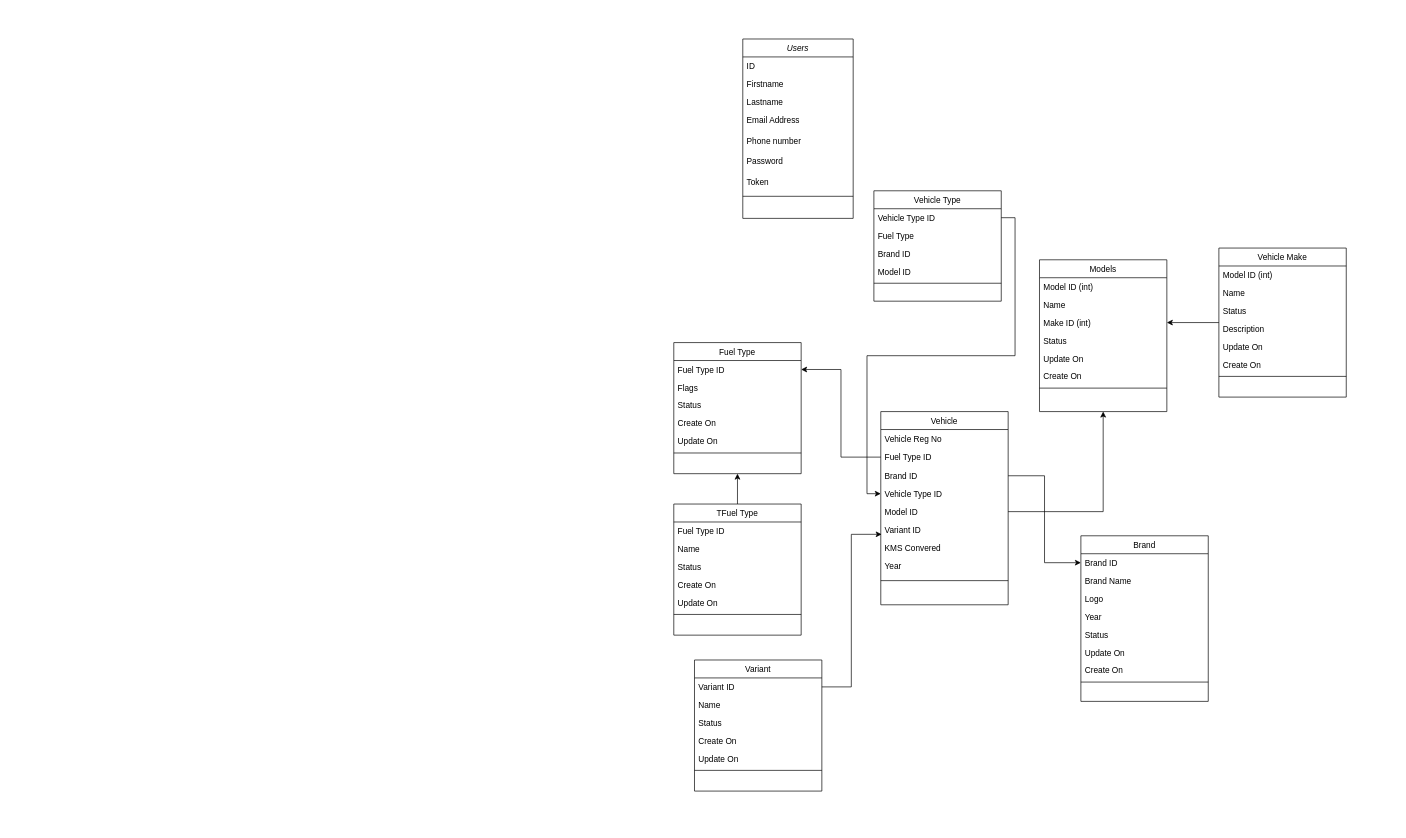
The draw.io diagram Garage Diagram.drawio in panhaoeun/amp.dev, before the edit. Source tidied: cells renumbered, new cells numbered last; positions are measured from the earlier drawing's top-left corner, leaving out a move shared by most shapes. Both pictures are drawn from the tidied source at 69%, with x=0, y=0 at pixel (673, 39).
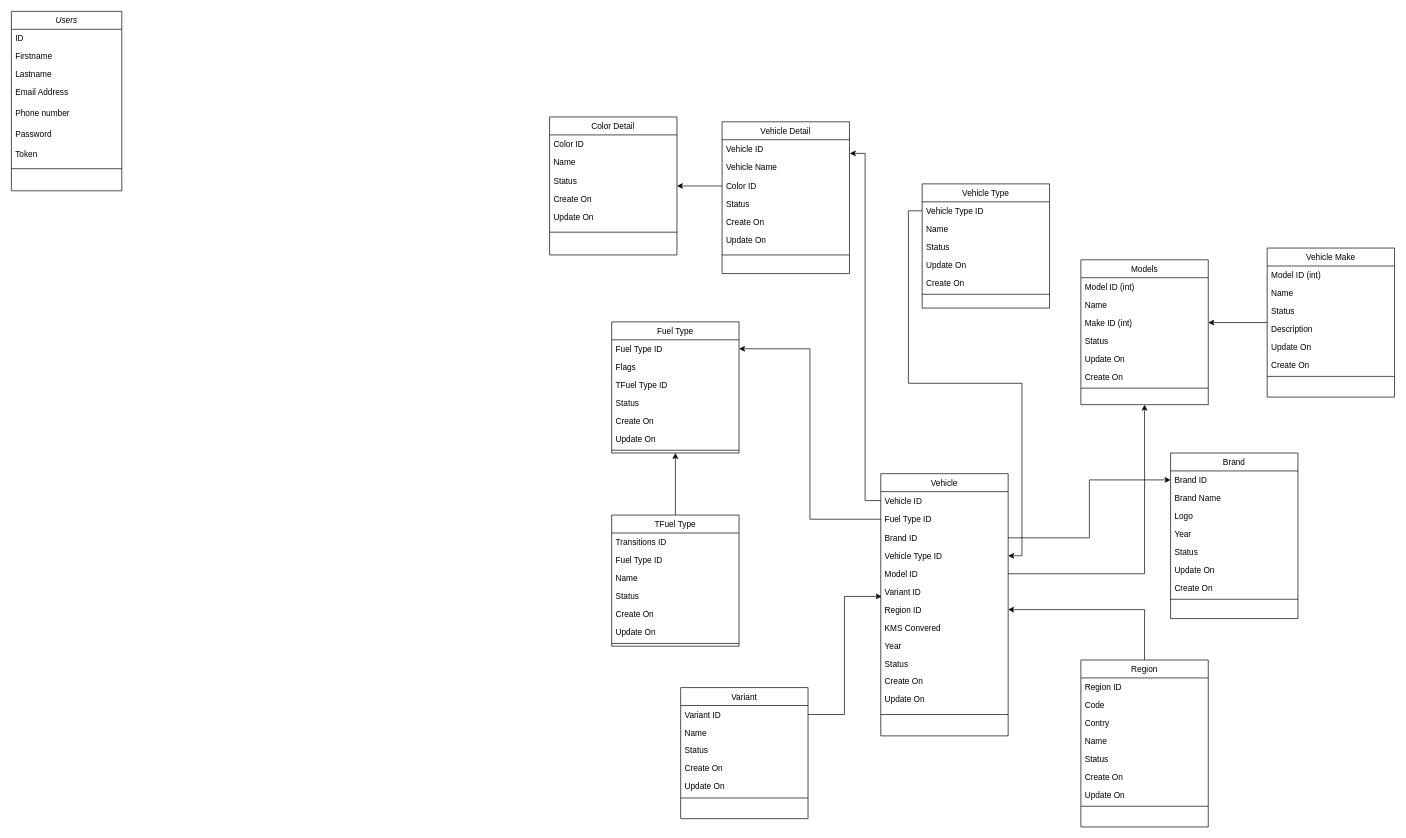
Above is the later version.

Change to the diagram source:
```diff
@@
     <mxCell id="2" value="Users" style="swimlane;fontStyle=2;align=center;verticalAlign=top;horizontal=1;startSize=26;rounded=0;shadow=0;strokeWidth=1;" parent="1" vertex="1">
-      <mxGeometry x="100" width="160" height="260" as="geometry" />
+      <mxGeometry x="-960" y="-40" width="160" height="260" as="geometry" />
     </mxCell>
@@
+    <mxCell id="80" style="edgeStyle=orthogonalEdgeStyle;rounded=0;jettySize=auto;html=1;entryX=1.003;entryY=0.761;entryDx=0;entryDy=0;entryPerimeter=0;" parent="1" edge="1" source="13" target="90">
+      <mxGeometry relative="1" as="geometry" />
+    </mxCell>
     <mxCell id="12" value="Vehicle" style="swimlane;fontStyle=0;align=center;verticalAlign=top;horizontal=1;startSize=26;rounded=0;shadow=0;strokeWidth=1;" parent="1" vertex="1">
-      <mxGeometry x="300" y="540" width="184.6" height="280" as="geometry" />
+      <mxGeometry x="300" y="630" width="184.6" height="380" as="geometry" />
     </mxCell>
-    <mxCell id="13" value="Vehicle Reg No" style="text;align=left;verticalAlign=top;spacingLeft=4;spacingRight=4;overflow=hidden;points=[[0,0.5],[1,0.5]];portConstraint=eastwest;" parent="12" vertex="1">
+    <mxCell id="13" value="Vehicle ID" style="text;align=left;verticalAlign=top;spacingLeft=4;spacingRight=4;overflow=hidden;points=[[0,0.5],[1,0.5]];portConstraint=eastwest;" parent="12" vertex="1">
       <mxGeometry y="26" width="184.6" height="26" as="geometry" />
     </mxCell>
@@
-    <mxCell id="19" value="KMS Convered" style="text;align=left;verticalAlign=top;spacingLeft=4;spacingRight=4;overflow=hidden;points=[[0,0.5],[1,0.5]];portConstraint=eastwest;rounded=0;shadow=0;html=0;" parent="12" vertex="1">
+    <mxCell id="19" value="Region ID" style="text;align=left;verticalAlign=top;spacingLeft=4;spacingRight=4;overflow=hidden;points=[[0,0.5],[1,0.5]];portConstraint=eastwest;rounded=0;shadow=0;html=0;" parent="12" vertex="1">
       <mxGeometry y="184" width="184.6" height="26" as="geometry" />
     </mxCell>
+    <mxCell id="81" value="KMS Convered" style="text;align=left;verticalAlign=top;spacingLeft=4;spacingRight=4;overflow=hidden;rounded=0;shadow=0;html=0;" parent="12" vertex="1">
+      <mxGeometry y="210" width="184.6" height="26" as="geometry" />
+    </mxCell>
     <mxCell id="20" value="Year" style="text;align=left;verticalAlign=top;spacingLeft=4;spacingRight=4;overflow=hidden;rounded=0;shadow=0;html=0;" parent="12" vertex="1">
-      <mxGeometry y="210" width="184.6" height="26" as="geometry" />
+      <mxGeometry y="236" width="184.6" height="26" as="geometry" />
     </mxCell>
+    <mxCell id="82" value="Status" style="text;align=left;verticalAlign=top;spacingLeft=4;spacingRight=4;overflow=hidden;rounded=0;shadow=0;html=0;" parent="12" vertex="1">
+      <mxGeometry y="262" width="184.6" height="26" as="geometry" />
+    </mxCell>
+    <mxCell id="83" value="Create On" style="text;align=left;verticalAlign=top;spacingLeft=4;spacingRight=4;overflow=hidden;rounded=0;shadow=0;html=0;" parent="12" vertex="1">
+      <mxGeometry y="288" width="184.6" height="26" as="geometry" />
+    </mxCell>
+    <mxCell id="84" value="Update On" style="text;align=left;verticalAlign=top;spacingLeft=4;spacingRight=4;overflow=hidden;rounded=0;shadow=0;html=0;" parent="12" vertex="1">
+      <mxGeometry y="314" width="184.6" height="26" as="geometry" />
+    </mxCell>
     <mxCell id="21" style="line;html=1;strokeWidth=1;align=left;verticalAlign=middle;spacingTop=-1;spacingLeft=3;spacingRight=3;labelPosition=right;" parent="12" vertex="1">
-      <mxGeometry y="236" width="184.6" height="18" as="geometry" />
+      <mxGeometry y="340" width="184.6" height="18" as="geometry" />
     </mxCell>
     <mxCell id="22" value="Brand" style="swimlane;fontStyle=0;align=center;verticalAlign=top;horizontal=1;startSize=26;rounded=0;shadow=0;strokeWidth=1;" parent="1" vertex="1">
-      <mxGeometry x="590" y="720" width="184.6" height="240" as="geometry" />
+      <mxGeometry x="720" y="600" width="184.6" height="240" as="geometry" />
     </mxCell>
@@
     <mxCell id="31" value="Vehicle Type" style="swimlane;fontStyle=0;align=center;verticalAlign=top;horizontal=1;startSize=26;rounded=0;shadow=0;strokeWidth=1;" parent="1" vertex="1">
-      <mxGeometry x="290" y="220" width="184.6" height="160" as="geometry" />
+      <mxGeometry x="360" y="210" width="184.6" height="180" as="geometry" />
     </mxCell>
@@
-    <mxCell id="33" value="Fuel Type" style="text;align=left;verticalAlign=top;spacingLeft=4;spacingRight=4;overflow=hidden;rounded=0;shadow=0;html=0;" parent="31" vertex="1">
+    <mxCell id="33" value="Name" style="text;align=left;verticalAlign=top;spacingLeft=4;spacingRight=4;overflow=hidden;rounded=0;shadow=0;html=0;" parent="31" vertex="1">
       <mxGeometry y="52" width="184.6" height="26" as="geometry" />
     </mxCell>
-    <mxCell id="34" value="Brand ID" style="text;align=left;verticalAlign=top;spacingLeft=4;spacingRight=4;overflow=hidden;rounded=0;shadow=0;html=0;" parent="31" vertex="1">
+    <mxCell id="34" value="Status" style="text;align=left;verticalAlign=top;spacingLeft=4;spacingRight=4;overflow=hidden;rounded=0;shadow=0;html=0;" parent="31" vertex="1">
       <mxGeometry y="78" width="184.6" height="26" as="geometry" />
     </mxCell>
+    <mxCell id="85" value="Update On" style="text;align=left;verticalAlign=top;spacingLeft=4;spacingRight=4;overflow=hidden;rounded=0;shadow=0;html=0;" parent="31" vertex="1">
+      <mxGeometry y="104" width="184.6" height="26" as="geometry" />
+    </mxCell>
-    <mxCell id="35" value="Model ID" style="text;align=left;verticalAlign=top;spacingLeft=4;spacingRight=4;overflow=hidden;rounded=0;shadow=0;html=0;" parent="31" vertex="1">
-      <mxGeometry y="104" width="184.6" height="26" as="geometry" />
+    <mxCell id="35" value="Create On" style="text;align=left;verticalAlign=top;spacingLeft=4;spacingRight=4;overflow=hidden;rounded=0;shadow=0;html=0;" parent="31" vertex="1">
+      <mxGeometry y="130" width="184.6" height="26" as="geometry" />
     </mxCell>
     <mxCell id="36" style="line;html=1;strokeWidth=1;align=left;verticalAlign=middle;spacingTop=-1;spacingLeft=3;spacingRight=3;labelPosition=right;" parent="31" vertex="1">
-      <mxGeometry y="130" width="184.6" height="8" as="geometry" />
+      <mxGeometry y="156" width="184.6" height="8" as="geometry" />
     </mxCell>
     <mxCell id="37" value="Models" style="swimlane;fontStyle=0;align=center;verticalAlign=top;horizontal=1;startSize=26;rounded=0;shadow=0;strokeWidth=1;" parent="1" vertex="1">
-      <mxGeometry x="530" y="320" width="184.6" height="220" as="geometry" />
+      <mxGeometry x="590" y="320" width="184.6" height="210" as="geometry" />
     </mxCell>
@@
     <mxCell id="46" value="Vehicle Make" style="swimlane;fontStyle=0;align=center;verticalAlign=top;horizontal=1;startSize=26;rounded=0;shadow=0;strokeWidth=1;" parent="1" vertex="1">
-      <mxGeometry x="790" y="303" width="184.6" height="216" as="geometry" />
+      <mxGeometry x="860" y="303" width="184.6" height="216" as="geometry" />
     </mxCell>
@@
     <mxCell id="56" value="Fuel Type" style="swimlane;fontStyle=0;align=center;verticalAlign=top;horizontal=1;startSize=26;rounded=0;shadow=0;strokeWidth=1;" parent="1" vertex="1">
-      <mxGeometry y="440" width="184.6" height="190" as="geometry" />
+      <mxGeometry x="-90" y="410" width="184.6" height="190" as="geometry" />
     </mxCell>
@@
+    <mxCell id="86" value="Flags" style="text;align=left;verticalAlign=top;spacingLeft=4;spacingRight=4;overflow=hidden;rounded=0;shadow=0;html=0;" parent="56" vertex="1">
+      <mxGeometry y="52" width="184.6" height="26" as="geometry" />
+    </mxCell>
-    <mxCell id="58" value="Flags" style="text;align=left;verticalAlign=top;spacingLeft=4;spacingRight=4;overflow=hidden;rounded=0;shadow=0;html=0;" parent="56" vertex="1">
-      <mxGeometry y="52" width="184.6" height="26" as="geometry" />
+    <mxCell id="58" value="TFuel Type ID" style="text;align=left;verticalAlign=top;spacingLeft=4;spacingRight=4;overflow=hidden;rounded=0;shadow=0;html=0;" parent="56" vertex="1">
+      <mxGeometry y="78" width="184.6" height="26" as="geometry" />
     </mxCell>
     <mxCell id="59" value="Status" style="text;align=left;verticalAlign=top;spacingLeft=4;spacingRight=4;overflow=hidden;rounded=0;shadow=0;html=0;" parent="56" vertex="1">
-      <mxGeometry y="78" width="184.6" height="26" as="geometry" />
+      <mxGeometry y="104" width="184.6" height="26" as="geometry" />
     </mxCell>
     <mxCell id="60" value="Create On" style="text;align=left;verticalAlign=top;spacingLeft=4;spacingRight=4;overflow=hidden;rounded=0;shadow=0;html=0;" parent="56" vertex="1">
-      <mxGeometry y="104" width="184.6" height="26" as="geometry" />
+      <mxGeometry y="130" width="184.6" height="26" as="geometry" />
     </mxCell>
     <mxCell id="61" value="Update On" style="text;align=left;verticalAlign=top;spacingLeft=4;spacingRight=4;overflow=hidden;rounded=0;shadow=0;html=0;" parent="56" vertex="1">
-      <mxGeometry y="130" width="184.6" height="26" as="geometry" />
+      <mxGeometry y="156" width="184.6" height="26" as="geometry" />
     </mxCell>
     <mxCell id="62" style="line;html=1;strokeWidth=1;align=left;verticalAlign=middle;spacingTop=-1;spacingLeft=3;spacingRight=3;labelPosition=right;" parent="56" vertex="1">
-      <mxGeometry y="156" width="184.6" height="8" as="geometry" />
+      <mxGeometry y="182" width="184.6" height="8" as="geometry" />
     </mxCell>
@@
     <mxCell id="64" value="TFuel Type" style="swimlane;fontStyle=0;align=center;verticalAlign=top;horizontal=1;startSize=26;rounded=0;shadow=0;strokeWidth=1;" parent="1" vertex="1">
-      <mxGeometry y="674" width="184.6" height="190" as="geometry" />
+      <mxGeometry x="-90" y="690" width="184.6" height="190" as="geometry" />
     </mxCell>
+    <mxCell id="87" value="Transitions ID" style="text;align=left;verticalAlign=top;spacingLeft=4;spacingRight=4;overflow=hidden;" parent="64" vertex="1">
+      <mxGeometry y="26" width="184.6" height="26" as="geometry" />
+    </mxCell>
     <mxCell id="65" value="Fuel Type ID" style="text;align=left;verticalAlign=top;spacingLeft=4;spacingRight=4;overflow=hidden;" parent="64" vertex="1">
-      <mxGeometry y="26" width="184.6" height="26" as="geometry" />
+      <mxGeometry y="52" width="184.6" height="26" as="geometry" />
     </mxCell>
     <mxCell id="66" value="Name" style="text;align=left;verticalAlign=top;spacingLeft=4;spacingRight=4;overflow=hidden;rounded=0;shadow=0;html=0;" parent="64" vertex="1">
-      <mxGeometry y="52" width="184.6" height="26" as="geometry" />
+      <mxGeometry y="78" width="184.6" height="26" as="geometry" />
     </mxCell>
     <mxCell id="67" value="Status" style="text;align=left;verticalAlign=top;spacingLeft=4;spacingRight=4;overflow=hidden;rounded=0;shadow=0;html=0;" parent="64" vertex="1">
-      <mxGeometry y="78" width="184.6" height="26" as="geometry" />
+      <mxGeometry y="104" width="184.6" height="26" as="geometry" />
     </mxCell>
     <mxCell id="68" value="Create On" style="text;align=left;verticalAlign=top;spacingLeft=4;spacingRight=4;overflow=hidden;rounded=0;shadow=0;html=0;" parent="64" vertex="1">
-      <mxGeometry y="104" width="184.6" height="26" as="geometry" />
+      <mxGeometry y="130" width="184.6" height="26" as="geometry" />
     </mxCell>
     <mxCell id="69" value="Update On" style="text;align=left;verticalAlign=top;spacingLeft=4;spacingRight=4;overflow=hidden;rounded=0;shadow=0;html=0;" parent="64" vertex="1">
-      <mxGeometry y="130" width="184.6" height="26" as="geometry" />
+      <mxGeometry y="156" width="184.6" height="26" as="geometry" />
     </mxCell>
     <mxCell id="70" style="line;html=1;strokeWidth=1;align=left;verticalAlign=middle;spacingTop=-1;spacingLeft=3;spacingRight=3;labelPosition=right;" parent="64" vertex="1">
-      <mxGeometry y="156" width="184.6" height="8" as="geometry" />
+      <mxGeometry y="182" width="184.6" height="8" as="geometry" />
     </mxCell>
@@
     <mxCell id="72" value="Variant" style="swimlane;fontStyle=0;align=center;verticalAlign=top;horizontal=1;startSize=26;rounded=0;shadow=0;strokeWidth=1;" parent="1" vertex="1">
-      <mxGeometry x="30" y="900" width="184.6" height="190" as="geometry" />
+      <mxGeometry x="10" y="940" width="184.6" height="190" as="geometry" />
     </mxCell>
@@
+    <mxCell id="88" style="edgeStyle=orthogonalEdgeStyle;rounded=0;jettySize=auto;html=1;exitX=0;exitY=0.5;exitDx=0;exitDy=0;" parent="1" edge="1" source="92" target="97">
+      <mxGeometry relative="1" as="geometry" />
+    </mxCell>
+    <mxCell id="89" value="Vehicle Detail" style="swimlane;fontStyle=0;align=center;verticalAlign=top;horizontal=1;startSize=26;rounded=0;shadow=0;strokeWidth=1;" parent="1" vertex="1">
+      <mxGeometry x="70" y="120" width="184.6" height="220" as="geometry" />
+    </mxCell>
+    <mxCell id="90" value="Vehicle ID" style="text;align=left;verticalAlign=top;spacingLeft=4;spacingRight=4;overflow=hidden;points=[[0,0.5],[1,0.5]];portConstraint=eastwest;" parent="89" vertex="1">
+      <mxGeometry y="26" width="184.6" height="26" as="geometry" />
+    </mxCell>
+    <mxCell id="91" value="Vehicle Name" style="text;align=left;verticalAlign=top;spacingLeft=4;spacingRight=4;overflow=hidden;rounded=0;shadow=0;html=0;" parent="89" vertex="1">
+      <mxGeometry y="52" width="184.6" height="28" as="geometry" />
+    </mxCell>
+    <mxCell id="92" value="Color ID" style="text;align=left;verticalAlign=top;spacingLeft=4;spacingRight=4;overflow=hidden;points=[[0,0.5],[1,0.5]];portConstraint=eastwest;rounded=0;shadow=0;html=0;" parent="89" vertex="1">
+      <mxGeometry y="80" width="184.6" height="26" as="geometry" />
+    </mxCell>
+    <mxCell id="93" value="Status" style="text;align=left;verticalAlign=top;spacingLeft=4;spacingRight=4;overflow=hidden;rounded=0;shadow=0;html=0;" parent="89" vertex="1">
+      <mxGeometry y="106" width="184.6" height="26" as="geometry" />
+    </mxCell>
+    <mxCell id="94" value="Create On" style="text;align=left;verticalAlign=top;spacingLeft=4;spacingRight=4;overflow=hidden;rounded=0;shadow=0;html=0;" parent="89" vertex="1">
+      <mxGeometry y="132" width="184.6" height="26" as="geometry" />
+    </mxCell>
+    <mxCell id="95" value="Update On" style="text;align=left;verticalAlign=top;spacingLeft=4;spacingRight=4;overflow=hidden;rounded=0;shadow=0;html=0;" parent="89" vertex="1">
+      <mxGeometry y="158" width="184.6" height="26" as="geometry" />
+    </mxCell>
+    <mxCell id="96" style="line;html=1;strokeWidth=1;align=left;verticalAlign=middle;spacingTop=-1;spacingLeft=3;spacingRight=3;labelPosition=right;" parent="89" vertex="1">
+      <mxGeometry y="184" width="184.6" height="18" as="geometry" />
+    </mxCell>
+    <mxCell id="97" value="Color Detail" style="swimlane;fontStyle=0;align=center;verticalAlign=top;horizontal=1;startSize=26;rounded=0;shadow=0;strokeWidth=1;" parent="1" vertex="1">
+      <mxGeometry x="-180" y="113" width="184.6" height="200" as="geometry" />
+    </mxCell>
+    <mxCell id="98" value="Color ID" style="text;align=left;verticalAlign=top;spacingLeft=4;spacingRight=4;overflow=hidden;" parent="97" vertex="1">
+      <mxGeometry y="26" width="184.6" height="26" as="geometry" />
+    </mxCell>
+    <mxCell id="99" value="Name" style="text;align=left;verticalAlign=top;spacingLeft=4;spacingRight=4;overflow=hidden;rounded=0;shadow=0;html=0;" parent="97" vertex="1">
+      <mxGeometry y="52" width="184.6" height="28" as="geometry" />
+    </mxCell>
+    <mxCell id="100" value="Status" style="text;align=left;verticalAlign=top;spacingLeft=4;spacingRight=4;overflow=hidden;rounded=0;shadow=0;html=0;" parent="97" vertex="1">
+      <mxGeometry y="80" width="184.6" height="26" as="geometry" />
+    </mxCell>
+    <mxCell id="101" value="Create On" style="text;align=left;verticalAlign=top;spacingLeft=4;spacingRight=4;overflow=hidden;rounded=0;shadow=0;html=0;" parent="97" vertex="1">
+      <mxGeometry y="106" width="184.6" height="26" as="geometry" />
+    </mxCell>
+    <mxCell id="102" value="Update On" style="text;align=left;verticalAlign=top;spacingLeft=4;spacingRight=4;overflow=hidden;rounded=0;shadow=0;html=0;" parent="97" vertex="1">
+      <mxGeometry y="132" width="184.6" height="26" as="geometry" />
+    </mxCell>
+    <mxCell id="103" style="line;html=1;strokeWidth=1;align=left;verticalAlign=middle;spacingTop=-1;spacingLeft=3;spacingRight=3;labelPosition=right;" parent="97" vertex="1">
+      <mxGeometry y="158" width="184.6" height="18" as="geometry" />
+    </mxCell>
+    <mxCell id="104" style="edgeStyle=orthogonalEdgeStyle;rounded=0;jettySize=auto;html=1;" parent="1" edge="1" source="105" target="19">
+      <mxGeometry relative="1" as="geometry" />
+    </mxCell>
+    <mxCell id="105" value="Region" style="swimlane;fontStyle=0;align=center;verticalAlign=top;horizontal=1;startSize=26;rounded=0;shadow=0;strokeWidth=1;" parent="1" vertex="1">
+      <mxGeometry x="590" y="900" width="184.6" height="242" as="geometry" />
+    </mxCell>
+    <mxCell id="106" value="Region ID" style="text;align=left;verticalAlign=top;spacingLeft=4;spacingRight=4;overflow=hidden;" parent="105" vertex="1">
+      <mxGeometry y="26" width="184.6" height="26" as="geometry" />
+    </mxCell>
+    <mxCell id="107" value="Code" style="text;align=left;verticalAlign=top;spacingLeft=4;spacingRight=4;overflow=hidden;rounded=0;shadow=0;html=0;" parent="105" vertex="1">
+      <mxGeometry y="52" width="184.6" height="26" as="geometry" />
+    </mxCell>
+    <mxCell id="108" value="Contry" style="text;align=left;verticalAlign=top;spacingLeft=4;spacingRight=4;overflow=hidden;rounded=0;shadow=0;html=0;" parent="105" vertex="1">
+      <mxGeometry y="78" width="184.6" height="26" as="geometry" />
+    </mxCell>
+    <mxCell id="109" value="Name" style="text;align=left;verticalAlign=top;spacingLeft=4;spacingRight=4;overflow=hidden;rounded=0;shadow=0;html=0;" parent="105" vertex="1">
+      <mxGeometry y="104" width="184.6" height="26" as="geometry" />
+    </mxCell>
+    <mxCell id="110" value="Status" style="text;align=left;verticalAlign=top;spacingLeft=4;spacingRight=4;overflow=hidden;rounded=0;shadow=0;html=0;" parent="105" vertex="1">
+      <mxGeometry y="130" width="184.6" height="26" as="geometry" />
+    </mxCell>
+    <mxCell id="111" value="Create On" style="text;align=left;verticalAlign=top;spacingLeft=4;spacingRight=4;overflow=hidden;rounded=0;shadow=0;html=0;" parent="105" vertex="1">
+      <mxGeometry y="156" width="184.6" height="26" as="geometry" />
+    </mxCell>
+    <mxCell id="112" value="Update On" style="text;align=left;verticalAlign=top;spacingLeft=4;spacingRight=4;overflow=hidden;rounded=0;shadow=0;html=0;" parent="105" vertex="1">
+      <mxGeometry y="182" width="184.6" height="26" as="geometry" />
+    </mxCell>
+    <mxCell id="113" style="line;html=1;strokeWidth=1;align=left;verticalAlign=middle;spacingTop=-1;spacingLeft=3;spacingRight=3;labelPosition=right;" parent="105" vertex="1">
+      <mxGeometry y="208" width="184.6" height="8" as="geometry" />
+    </mxCell>
```
